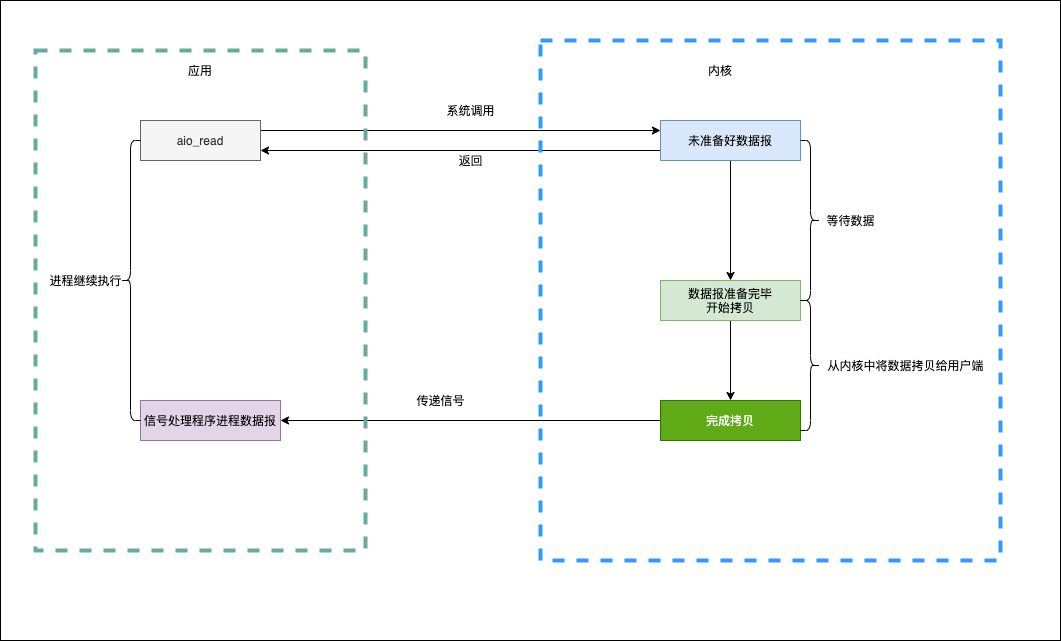
Earlier version of the draw.io export aio_read iomodel.png (sivanbil/architecthure-diagram). Source tidied: cells renumbered, new cells last; positions are measured from the earlier drawing's top-left corner, leaving out a move shared by most shapes. The source it was exported from:
```xml
<mxGraphModel>
  <root>
    <mxCell id="0" />
    <mxCell id="1" parent="0" />
    <mxCell id="2" value="应用" style="text;html=1;strokeColor=none;fillColor=none;align=center;verticalAlign=middle;whiteSpace=wrap;rounded=0;" parent="1" vertex="1">
      <mxGeometry x="140" y="60" width="120" height="20" as="geometry" />
    </mxCell>
    <mxCell id="3" value="内核" style="text;html=1;strokeColor=none;fillColor=none;align=center;verticalAlign=middle;whiteSpace=wrap;rounded=0;" parent="1" vertex="1">
      <mxGeometry x="660" y="60" width="120" height="20" as="geometry" />
    </mxCell>
    <mxCell id="4" style="edgeStyle=orthogonalEdgeStyle;rounded=0;jettySize=auto;html=1;exitX=1;exitY=0.25;exitDx=0;exitDy=0;entryX=0;entryY=0.25;entryDx=0;entryDy=0;" parent="1" edge="1" source="5" target="8">
      <mxGeometry relative="1" as="geometry" />
    </mxCell>
    <mxCell id="5" value="aio_read" style="text;html=1;fillColor=#f5f5f5;align=center;verticalAlign=middle;whiteSpace=wrap;rounded=0;strokeColor=#666666;fontColor=#333333;" parent="1" vertex="1">
      <mxGeometry x="140" y="120" width="120" height="40" as="geometry" />
    </mxCell>
    <mxCell id="6" style="edgeStyle=orthogonalEdgeStyle;rounded=0;jettySize=auto;html=1;exitX=0;exitY=0.75;exitDx=0;exitDy=0;entryX=1;entryY=0.75;entryDx=0;entryDy=0;" parent="1" edge="1" source="8" target="5">
      <mxGeometry relative="1" as="geometry" />
    </mxCell>
    <mxCell id="7" style="edgeStyle=orthogonalEdgeStyle;rounded=0;jettySize=auto;html=1;exitX=0.5;exitY=1;exitDx=0;exitDy=0;" parent="1" edge="1" source="8" target="15">
      <mxGeometry relative="1" as="geometry" />
    </mxCell>
    <mxCell id="8" value="未准备好数据报" style="text;html=1;fillColor=#dae8fc;align=center;verticalAlign=middle;whiteSpace=wrap;rounded=0;strokeColor=#6c8ebf;" parent="1" vertex="1">
      <mxGeometry x="660" y="120" width="140" height="40" as="geometry" />
    </mxCell>
    <mxCell id="9" value="系统调用" style="text;html=1;align=center;verticalAlign=middle;strokeColor=none;" parent="1" vertex="1">
      <mxGeometry x="440" y="100" width="60" height="20" as="geometry" />
    </mxCell>
    <mxCell id="10" value="返回" style="text;html=1;align=center;verticalAlign=middle;strokeColor=none;" parent="1" vertex="1">
      <mxGeometry x="450" y="150" width="40" height="20" as="geometry" />
    </mxCell>
    <mxCell id="11" style="edgeStyle=orthogonalEdgeStyle;rounded=0;jettySize=auto;html=1;exitX=0;exitY=0.5;exitDx=0;exitDy=0;entryX=1;entryY=0.5;entryDx=0;entryDy=0;" parent="1" edge="1" source="12" target="13">
      <mxGeometry relative="1" as="geometry" />
    </mxCell>
    <mxCell id="12" value="完成拷贝" style="text;html=1;fillColor=#60a917;align=center;verticalAlign=middle;whiteSpace=wrap;rounded=0;strokeColor=#2D7600;fontColor=#ffffff;" parent="1" vertex="1">
      <mxGeometry x="660" y="400" width="140" height="40" as="geometry" />
    </mxCell>
    <mxCell id="13" value="信号处理程序进程数据报" style="text;html=1;fillColor=#e1d5e7;align=center;verticalAlign=middle;whiteSpace=wrap;rounded=0;strokeColor=#9673a6;" parent="1" vertex="1">
      <mxGeometry x="140" y="400" width="140" height="40" as="geometry" />
    </mxCell>
    <mxCell id="14" style="edgeStyle=orthogonalEdgeStyle;rounded=0;jettySize=auto;html=1;exitX=0.5;exitY=1;exitDx=0;exitDy=0;entryX=0.5;entryY=0;entryDx=0;entryDy=0;" parent="1" edge="1" source="15" target="12">
      <mxGeometry relative="1" as="geometry" />
    </mxCell>
    <mxCell id="15" value="数据报准备完毕&lt;br&gt;开始拷贝" style="text;html=1;fillColor=#d5e8d4;align=center;verticalAlign=middle;whiteSpace=wrap;rounded=0;strokeColor=#82b366;" parent="1" vertex="1">
      <mxGeometry x="660" y="280" width="140" height="40" as="geometry" />
    </mxCell>
    <mxCell id="16" value="传递信号" style="text;html=1;align=center;verticalAlign=middle;strokeColor=none;" parent="1" vertex="1">
      <mxGeometry x="410" y="390" width="60" height="20" as="geometry" />
    </mxCell>
    <mxCell id="17" style="shape=curlyBracket;whiteSpace=wrap;html=1;rounded=1;flipH=1;strokeColor=#000000;" parent="1" vertex="1">
      <mxGeometry x="800" y="140" width="20" height="160" as="geometry" />
    </mxCell>
    <mxCell id="18" value="等待数据" style="text;html=1;align=center;verticalAlign=middle;strokeColor=none;" parent="1" vertex="1">
      <mxGeometry x="820" y="210" width="60" height="20" as="geometry" />
    </mxCell>
    <mxCell id="19" style="shape=curlyBracket;whiteSpace=wrap;html=1;rounded=1;flipH=1;strokeColor=#000000;" parent="1" vertex="1">
      <mxGeometry x="800" y="300" width="20" height="130" as="geometry" />
    </mxCell>
    <mxCell id="20" value="从内核中将数据拷贝给用户端" style="text;html=1;align=center;verticalAlign=middle;strokeColor=none;" parent="1" vertex="1">
      <mxGeometry x="820" y="355" width="170" height="20" as="geometry" />
    </mxCell>
    <mxCell id="21" style="shape=curlyBracket;whiteSpace=wrap;html=1;rounded=1;strokeColor=#000000;" parent="1" vertex="1">
      <mxGeometry x="120" y="140" width="20" height="280" as="geometry" />
    </mxCell>
    <mxCell id="22" value="进程继续执行" style="text;html=1;align=center;verticalAlign=middle;strokeColor=none;" parent="1" vertex="1">
      <mxGeometry x="40" y="270" width="90" height="20" as="geometry" />
    </mxCell>
    <mxCell id="23" style="rounded=0;whiteSpace=wrap;html=1;strokeColor=#000000;fillColor=none;" parent="1" vertex="1">
      <mxGeometry width="1060" height="640" as="geometry" />
    </mxCell>
    <mxCell id="24" style="rounded=0;whiteSpace=wrap;html=1;fillColor=none;strokeColor=#67AB9F;dashed=1;strokeWidth=4;" parent="1" vertex="1">
      <mxGeometry x="35" y="50" width="330" height="500" as="geometry" />
    </mxCell>
    <mxCell id="25" style="rounded=0;whiteSpace=wrap;html=1;fillColor=none;dashed=1;strokeWidth=4;strokeColor=#3399FF;" parent="1" vertex="1">
      <mxGeometry x="540" y="40" width="460" height="520" as="geometry" />
    </mxCell>
  </root>
</mxGraphModel>
```
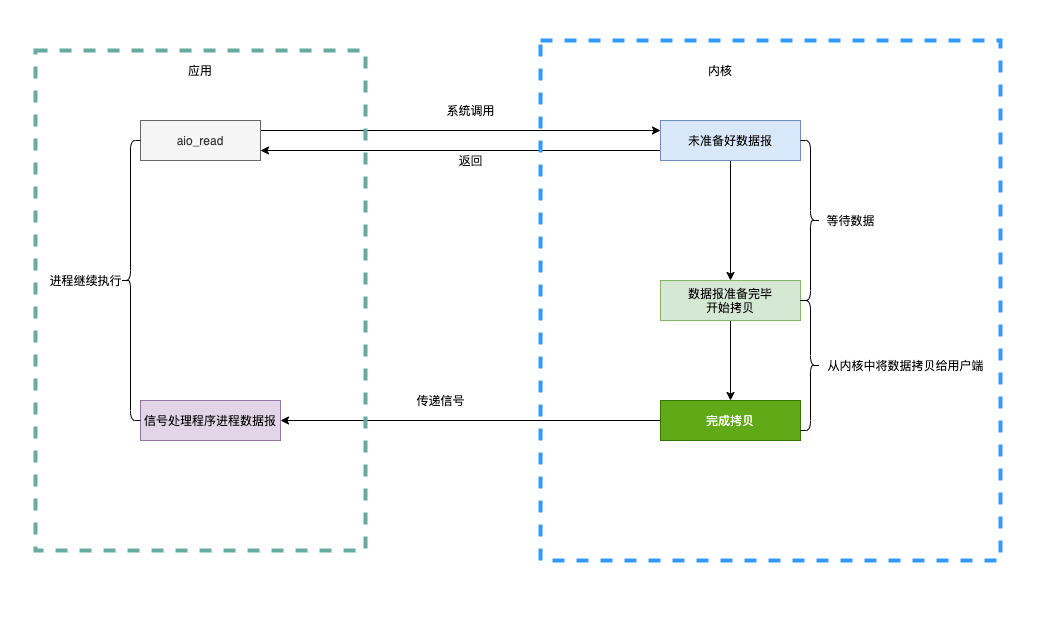
The same diagram one commit later.

Diff of the diagram source:
```diff
@@ -65,7 +65,7 @@
     <mxCell id="22" value="进程继续执行" style="text;html=1;align=center;verticalAlign=middle;strokeColor=none;" parent="1" vertex="1">
       <mxGeometry x="40" y="270" width="90" height="20" as="geometry" />
     </mxCell>
-    <mxCell id="23" style="rounded=0;whiteSpace=wrap;html=1;strokeColor=#000000;fillColor=none;" parent="1" vertex="1">
+    <mxCell id="23" style="rounded=0;whiteSpace=wrap;html=1;fillColor=none;strokeColor=none;" parent="1" vertex="1">
       <mxGeometry width="1060" height="640" as="geometry" />
     </mxCell>
     <mxCell id="24" style="rounded=0;whiteSpace=wrap;html=1;fillColor=none;strokeColor=#67AB9F;dashed=1;strokeWidth=4;" parent="1" vertex="1">
```
